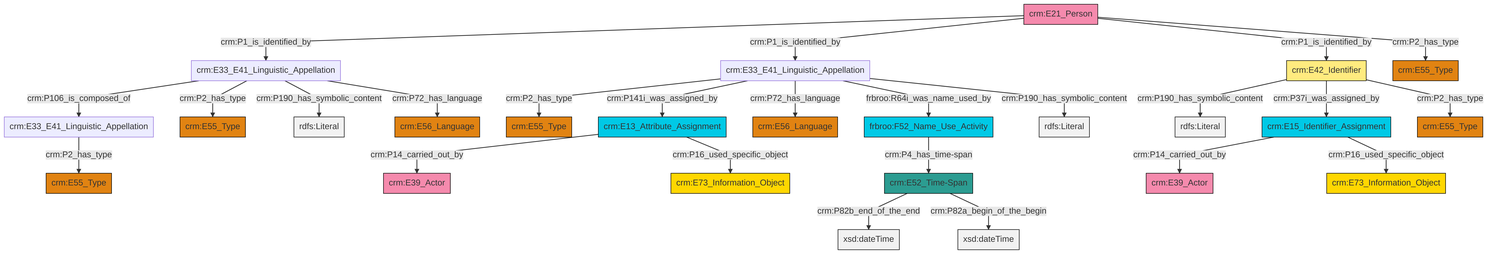
The Mermaid diagram et/personCSV/ttl/mmd/png/Person_Names_and_Classification.png in swiss-art-research-net/reference-data-models, before a commit. Its source is kept beside it as et/personCSV/ttl/mmd/Person_Names_and_Classification.ttl.mmd.
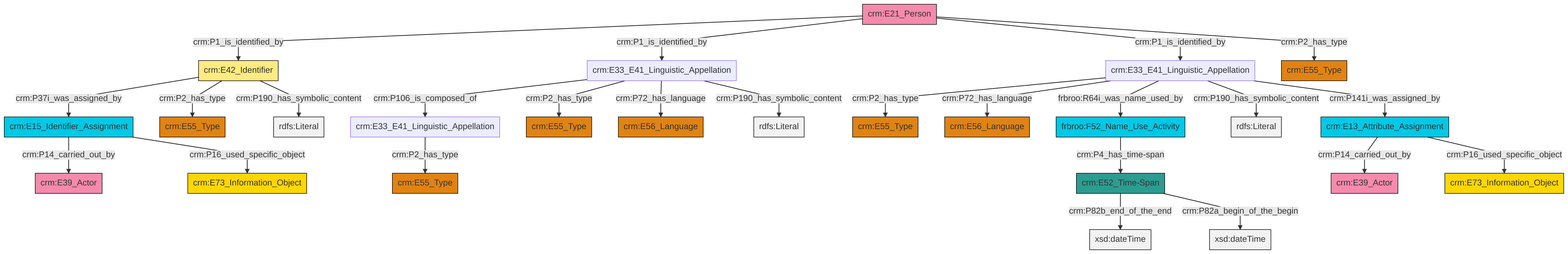
After the change.

What changed in the source:
```diff
@@ -13,27 +13,27 @@
 classDef PC_Classes fill:#4ce600, stroke:#000000;
 classDef Multi fill:#cccccc,stroke:#000000;
 
-0["crm:E21_Person"]:::Actor -->|crm:P1_is_identified_by| 1["crm:E33_E41_Linguistic_Appellation"]:::Default
-2["crm:E33_E41_Linguistic_Appellation"]:::Default -->|crm:P2_has_type| 3["crm:E55_Type"]:::Type
-6["crm:E42_Identifier"]:::Appellation -->|crm:P190_has_symbolic_content| 7[rdfs:Literal]:::Literal
-9["frbroo:F52_Name_Use_Activity"]:::Temporal_Entity -->|crm:P4_has_time-span| 10["crm:E52_Time-Span"]:::Time-Span
-1["crm:E33_E41_Linguistic_Appellation"]:::Default -->|crm:P106_is_composed_of| 12["crm:E33_E41_Linguistic_Appellation"]:::Default
-10["crm:E52_Time-Span"]:::Time-Span -->|crm:P82b_end_of_the_end| 13[xsd:dateTime]:::Literal
-6["crm:E42_Identifier"]:::Appellation -->|crm:P37i_was_assigned_by| 14["crm:E15_Identifier_Assignment"]:::Temporal_Entity
-12["crm:E33_E41_Linguistic_Appellation"]:::Default -->|crm:P2_has_type| 16["crm:E55_Type"]:::Type
-1["crm:E33_E41_Linguistic_Appellation"]:::Default -->|crm:P2_has_type| 24["crm:E55_Type"]:::Type
-14["crm:E15_Identifier_Assignment"]:::Temporal_Entity -->|crm:P14_carried_out_by| 26["crm:E39_Actor"]:::Actor
-0["crm:E21_Person"]:::Actor -->|crm:P1_is_identified_by| 2["crm:E33_E41_Linguistic_Appellation"]:::Default
-21["crm:E13_Attribute_Assignment"]:::Temporal_Entity -->|crm:P14_carried_out_by| 29["crm:E39_Actor"]:::Actor
-2["crm:E33_E41_Linguistic_Appellation"]:::Default -->|crm:P141i_was_assigned_by| 21["crm:E13_Attribute_Assignment"]:::Temporal_Entity
-2["crm:E33_E41_Linguistic_Appellation"]:::Default -->|crm:P72_has_language| 32["crm:E56_Language"]:::Type
-6["crm:E42_Identifier"]:::Appellation -->|crm:P2_has_type| 27["crm:E55_Type"]:::Type
-21["crm:E13_Attribute_Assignment"]:::Temporal_Entity -->|crm:P16_used_specific_object| 34["crm:E73_Information_Object"]:::Conceptual_Object
-14["crm:E15_Identifier_Assignment"]:::Temporal_Entity -->|crm:P16_used_specific_object| 4["crm:E73_Information_Object"]:::Conceptual_Object
-1["crm:E33_E41_Linguistic_Appellation"]:::Default -->|crm:P190_has_symbolic_content| 36[rdfs:Literal]:::Literal
-2["crm:E33_E41_Linguistic_Appellation"]:::Default -->|frbroo:R64i_was_name_used_by| 9["frbroo:F52_Name_Use_Activity"]:::Temporal_Entity
-10["crm:E52_Time-Span"]:::Time-Span -->|crm:P82a_begin_of_the_begin| 39[xsd:dateTime]:::Literal
-2["crm:E33_E41_Linguistic_Appellation"]:::Default -->|crm:P190_has_symbolic_content| 40[rdfs:Literal]:::Literal
-0["crm:E21_Person"]:::Actor -->|crm:P1_is_identified_by| 6["crm:E42_Identifier"]:::Appellation
-1["crm:E33_E41_Linguistic_Appellation"]:::Default -->|crm:P72_has_language| 18["crm:E56_Language"]:::Type
-0["crm:E21_Person"]:::Actor -->|crm:P2_has_type| 30["crm:E55_Type"]:::Type
+0["frbroo:F52_Name_Use_Activity"]:::Temporal_Entity -->|crm:P4_has_time-span| 1["crm:E52_Time-Span"]:::Time-Span
+6["crm:E33_E41_Linguistic_Appellation"]:::Default -->|crm:P2_has_type| 7["crm:E55_Type"]:::Type
+8["crm:E21_Person"]:::Actor -->|crm:P1_is_identified_by| 9["crm:E42_Identifier"]:::Appellation
+9["crm:E42_Identifier"]:::Appellation -->|crm:P37i_was_assigned_by| 10["crm:E15_Identifier_Assignment"]:::Temporal_Entity
+2["crm:E33_E41_Linguistic_Appellation"]:::Default -->|crm:P106_is_composed_of| 11["crm:E33_E41_Linguistic_Appellation"]:::Default
+10["crm:E15_Identifier_Assignment"]:::Temporal_Entity -->|crm:P14_carried_out_by| 22["crm:E39_Actor"]:::Actor
+6["crm:E33_E41_Linguistic_Appellation"]:::Default -->|crm:P72_has_language| 14["crm:E56_Language"]:::Type
+6["crm:E33_E41_Linguistic_Appellation"]:::Default -->|frbroo:R64i_was_name_used_by| 0["frbroo:F52_Name_Use_Activity"]:::Temporal_Entity
+6["crm:E33_E41_Linguistic_Appellation"]:::Default -->|crm:P190_has_symbolic_content| 30[rdfs:Literal]:::Literal
+8["crm:E21_Person"]:::Actor -->|crm:P1_is_identified_by| 2["crm:E33_E41_Linguistic_Appellation"]:::Default
+31["crm:E13_Attribute_Assignment"]:::Temporal_Entity -->|crm:P14_carried_out_by| 32["crm:E39_Actor"]:::Actor
+8["crm:E21_Person"]:::Actor -->|crm:P1_is_identified_by| 6["crm:E33_E41_Linguistic_Appellation"]:::Default
+1["crm:E52_Time-Span"]:::Time-Span -->|crm:P82b_end_of_the_end| 33[xsd:dateTime]:::Literal
+31["crm:E13_Attribute_Assignment"]:::Temporal_Entity -->|crm:P16_used_specific_object| 12["crm:E73_Information_Object"]:::Conceptual_Object
+1["crm:E52_Time-Span"]:::Time-Span -->|crm:P82a_begin_of_the_begin| 34[xsd:dateTime]:::Literal
+2["crm:E33_E41_Linguistic_Appellation"]:::Default -->|crm:P2_has_type| 20["crm:E55_Type"]:::Type
+8["crm:E21_Person"]:::Actor -->|crm:P2_has_type| 23["crm:E55_Type"]:::Type
+9["crm:E42_Identifier"]:::Appellation -->|crm:P2_has_type| 18["crm:E55_Type"]:::Type
+11["crm:E33_E41_Linguistic_Appellation"]:::Default -->|crm:P2_has_type| 28["crm:E55_Type"]:::Type
+10["crm:E15_Identifier_Assignment"]:::Temporal_Entity -->|crm:P16_used_specific_object| 4["crm:E73_Information_Object"]:::Conceptual_Object
+9["crm:E42_Identifier"]:::Appellation -->|crm:P190_has_symbolic_content| 40[rdfs:Literal]:::Literal
+2["crm:E33_E41_Linguistic_Appellation"]:::Default -->|crm:P72_has_language| 42["crm:E56_Language"]:::Type
+6["crm:E33_E41_Linguistic_Appellation"]:::Default -->|crm:P141i_was_assigned_by| 31["crm:E13_Attribute_Assignment"]:::Temporal_Entity
+2["crm:E33_E41_Linguistic_Appellation"]:::Default -->|crm:P190_has_symbolic_content| 46[rdfs:Literal]:::Literal
```
